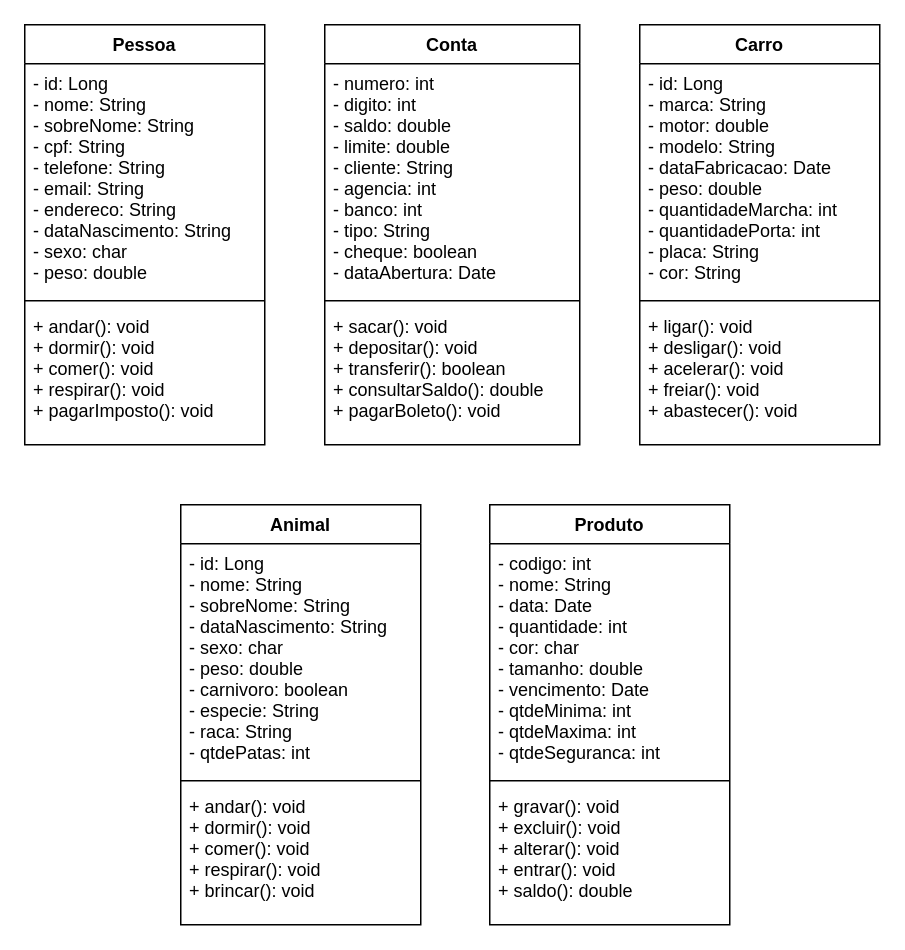
Before: Fluxogramas/Classes.drawio in tharlysdias/ProgramacaoSolucoesComputacionais, a draw.io diagram. Source tidied: cells renumbered, new cells numbered last; positions are measured from the earlier drawing's top-left corner, leaving out a move shared by most shapes. Both pictures are drawn from the tidied source at 150%, with x=0, y=0 at pixel (24, 24).
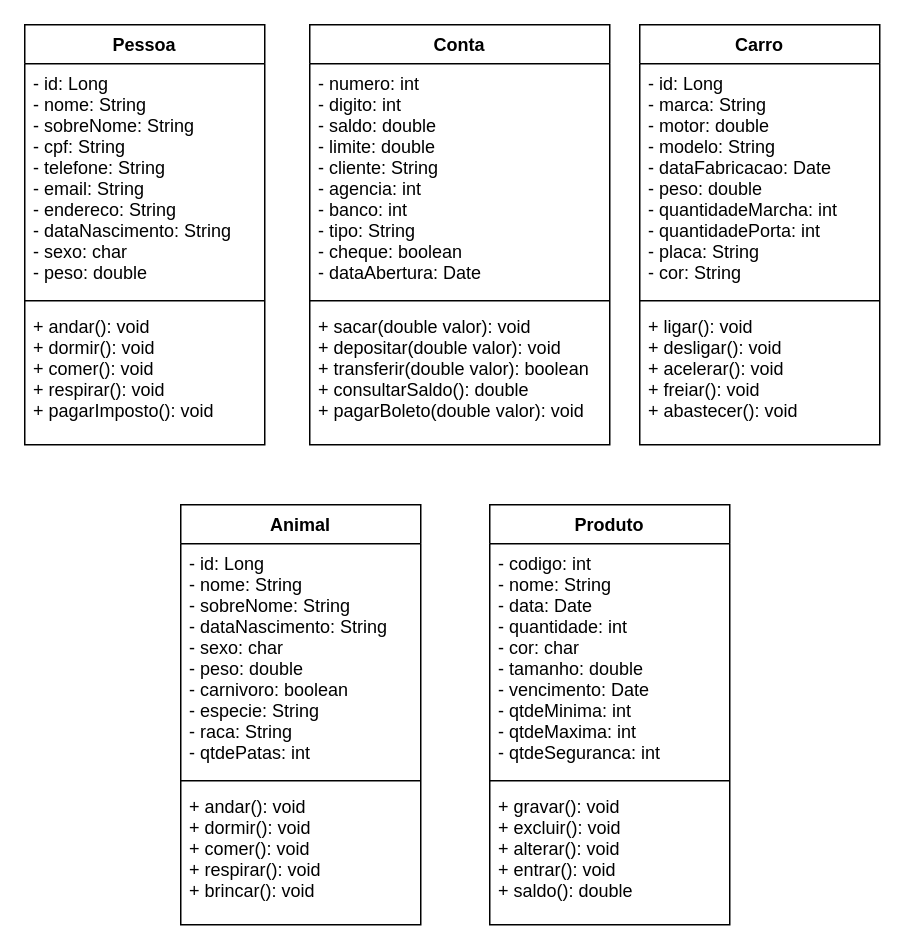
The same diagram, later.

The edit, as a diff of the source:
```diff
@@
     <mxCell id="6" value="Conta" style="swimlane;fontStyle=1;align=center;verticalAlign=top;horizontal=1;startSize=26;" parent="1" vertex="1">
-      <mxGeometry x="200" width="170" height="280" as="geometry" />
+      <mxGeometry x="190" width="200" height="280" as="geometry" />
     </mxCell>
     <mxCell id="7" value="- numero: int&#10;- digito: int&#10;- saldo: double&#10;- limite: double&#10;- cliente: String&#10;- agencia: int&#10;- banco: int&#10;- tipo: String&#10;- cheque: boolean&#10;- dataAbertura: Date" style="text;strokeColor=none;fillColor=none;align=left;verticalAlign=top;spacingLeft=4;spacingRight=4;overflow=hidden;" parent="6" vertex="1">
-      <mxGeometry y="26" width="170" height="154" as="geometry" />
+      <mxGeometry y="26" width="200" height="154" as="geometry" />
     </mxCell>
     <mxCell id="8" style="line;strokeWidth=1;fillColor=none;align=left;verticalAlign=middle;spacingTop=-1;spacingLeft=3;spacingRight=3;labelPosition=right;" parent="6" vertex="1">
-      <mxGeometry y="180" width="170" height="8" as="geometry" />
+      <mxGeometry y="180" width="200" height="8" as="geometry" />
     </mxCell>
-    <mxCell id="9" value="+ sacar(): void&#10;+ depositar(): void&#10;+ transferir(): boolean&#10;+ consultarSaldo(): double&#10;+ pagarBoleto(): void" style="text;strokeColor=none;fillColor=none;align=left;verticalAlign=top;spacingLeft=4;spacingRight=4;overflow=hidden;" parent="6" vertex="1">
-      <mxGeometry y="188" width="170" height="92" as="geometry" />
+    <mxCell id="9" value="+ sacar(double valor): void&#10;+ depositar(double valor): void&#10;+ transferir(double valor): boolean&#10;+ consultarSaldo(): double&#10;+ pagarBoleto(double valor): void" style="text;strokeColor=none;fillColor=none;align=left;verticalAlign=top;spacingLeft=4;spacingRight=4;overflow=hidden;" parent="6" vertex="1">
+      <mxGeometry y="188" width="200" height="92" as="geometry" />
     </mxCell>
```
